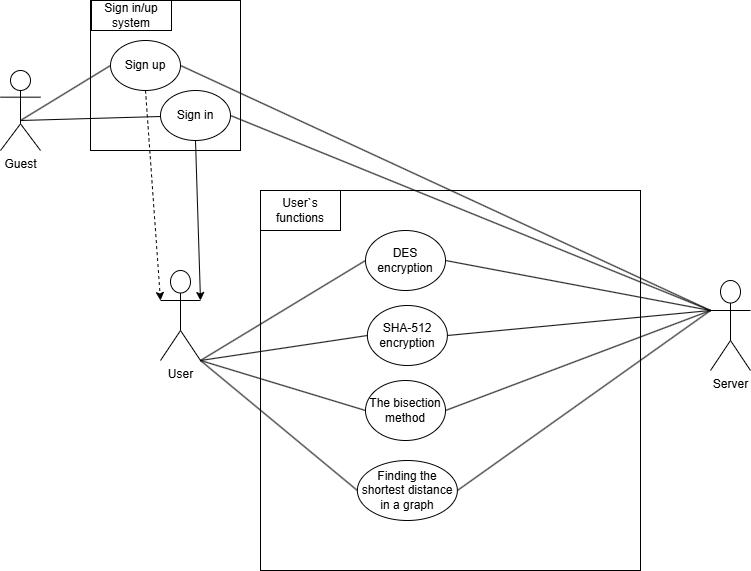
Earlier version of the draw.io export UseCase.png (DevSecArs/DBManager). Source tidied: cells renumbered, new cells last; positions are measured from the earlier drawing's top-left corner, leaving out a move shared by most shapes. The source it was exported from:
```xml
<mxGraphModel>
  <root>
    <mxCell id="0" />
    <mxCell id="1" parent="0" />
    <mxCell id="2" value="Guest&lt;div&gt;&lt;br&gt;&lt;/div&gt;" style="shape=umlActor;verticalLabelPosition=bottom;verticalAlign=top;html=1;" parent="1" vertex="1">
      <mxGeometry y="70" width="40" height="80" as="geometry" />
    </mxCell>
    <mxCell id="3" style="whiteSpace=wrap;html=1;fillColor=none;" parent="1" vertex="1">
      <mxGeometry x="90" width="150" height="150" as="geometry" />
    </mxCell>
    <mxCell id="4" value="Sign in/up sy&lt;span style=&quot;background-color: transparent; color: light-dark(rgb(0, 0, 0), rgb(255, 255, 255));&quot;&gt;stem&lt;/span&gt;" style="rounded=0;whiteSpace=wrap;html=1;fillColor=default;" parent="1" vertex="1">
      <mxGeometry x="91" width="80" height="30" as="geometry" />
    </mxCell>
    <mxCell id="5" style="edgeStyle=orthogonalEdgeStyle;rounded=0;jettySize=auto;html=1;exitX=0.5;exitY=1;exitDx=0;exitDy=0;strokeColor=none;entryX=0;entryY=0.3333333333333333;entryDx=0;entryDy=0;entryPerimeter=0;" parent="1" edge="1" source="7" target="18">
      <mxGeometry relative="1" as="geometry" />
    </mxCell>
    <mxCell id="6" style="rounded=0;jettySize=auto;html=1;exitX=0.5;exitY=1;exitDx=0;exitDy=0;dashed=1;" parent="1" edge="1" source="7">
      <mxGeometry relative="1" as="geometry">
        <mxPoint x="160" y="300" as="targetPoint" />
      </mxGeometry>
    </mxCell>
    <mxCell id="7" value="Sign up" style="ellipse;whiteSpace=wrap;html=1;" parent="1" vertex="1">
      <mxGeometry x="110" y="40" width="70" height="50" as="geometry" />
    </mxCell>
    <mxCell id="8" style="rounded=0;jettySize=auto;html=1;exitX=0.5;exitY=1;exitDx=0;exitDy=0;" parent="1" edge="1" source="9">
      <mxGeometry relative="1" as="geometry">
        <mxPoint x="200" y="300" as="targetPoint" />
      </mxGeometry>
    </mxCell>
    <mxCell id="9" value="Sign in" style="ellipse;whiteSpace=wrap;html=1;" parent="1" vertex="1">
      <mxGeometry x="160" y="90" width="70" height="50" as="geometry" />
    </mxCell>
    <mxCell id="10" style="endArrow=none;html=1;rounded=0;entryX=0;entryY=0.5;entryDx=0;entryDy=0;" parent="1" edge="1" target="7">
      <mxGeometry relative="1" as="geometry">
        <mxPoint x="20" y="120" as="sourcePoint" />
      </mxGeometry>
    </mxCell>
    <mxCell id="11" style="endArrow=none;html=1;rounded=0;" parent="1" edge="1" target="9">
      <mxGeometry relative="1" as="geometry">
        <mxPoint x="20" y="120" as="sourcePoint" />
      </mxGeometry>
    </mxCell>
    <mxCell id="12" style="whiteSpace=wrap;html=1;fillColor=none;" parent="1" vertex="1">
      <mxGeometry x="260" y="190" width="380" height="380" as="geometry" />
    </mxCell>
    <mxCell id="13" value="User`s functions" style="rounded=0;whiteSpace=wrap;html=1;" parent="1" vertex="1">
      <mxGeometry x="260" y="190" width="80" height="40" as="geometry" />
    </mxCell>
    <mxCell id="14" value="DES encryption" style="ellipse;whiteSpace=wrap;html=1;" parent="1" vertex="1">
      <mxGeometry x="365" y="230" width="80" height="60" as="geometry" />
    </mxCell>
    <mxCell id="15" value="SHA-512 encryption" style="ellipse;whiteSpace=wrap;html=1;" parent="1" vertex="1">
      <mxGeometry x="366.9" y="305" width="80" height="60" as="geometry" />
    </mxCell>
    <mxCell id="16" value="The bisection method" style="ellipse;whiteSpace=wrap;html=1;" parent="1" vertex="1">
      <mxGeometry x="365" y="380" width="80" height="60" as="geometry" />
    </mxCell>
    <mxCell id="17" value="Finding the shortest distance in a graph" style="ellipse;whiteSpace=wrap;html=1;" parent="1" vertex="1">
      <mxGeometry x="356.9" y="460" width="100" height="60" as="geometry" />
    </mxCell>
    <mxCell id="18" value="User" style="shape=umlActor;verticalLabelPosition=bottom;verticalAlign=top;html=1;outlineConnect=0;" parent="1" vertex="1">
      <mxGeometry x="160" y="270" width="40" height="90" as="geometry" />
    </mxCell>
    <mxCell id="19" style="endArrow=none;html=1;rounded=0;entryX=0;entryY=0.5;entryDx=0;entryDy=0;" parent="1" edge="1" target="14">
      <mxGeometry relative="1" as="geometry">
        <mxPoint x="200" y="360" as="sourcePoint" />
      </mxGeometry>
    </mxCell>
    <mxCell id="20" style="endArrow=none;html=1;rounded=0;entryX=0;entryY=0.5;entryDx=0;entryDy=0;" parent="1" edge="1" target="15">
      <mxGeometry relative="1" as="geometry">
        <mxPoint x="200" y="360" as="sourcePoint" />
      </mxGeometry>
    </mxCell>
    <mxCell id="21" style="endArrow=none;html=1;rounded=0;entryX=0;entryY=0.5;entryDx=0;entryDy=0;exitX=1;exitY=1;exitDx=0;exitDy=0;exitPerimeter=0;" parent="1" edge="1" source="18" target="16">
      <mxGeometry relative="1" as="geometry" />
    </mxCell>
    <mxCell id="22" style="endArrow=none;html=1;rounded=0;entryX=0;entryY=0.5;entryDx=0;entryDy=0;" parent="1" edge="1" target="17">
      <mxGeometry relative="1" as="geometry">
        <mxPoint x="200" y="360" as="sourcePoint" />
      </mxGeometry>
    </mxCell>
    <mxCell id="23" value="Server&lt;div&gt;&lt;br&gt;&lt;/div&gt;" style="shape=umlActor;verticalLabelPosition=bottom;verticalAlign=top;html=1;outlineConnect=0;" parent="1" vertex="1">
      <mxGeometry x="710" y="280" width="40" height="90" as="geometry" />
    </mxCell>
    <mxCell id="24" style="endArrow=none;html=1;rounded=0;exitX=1;exitY=0.5;exitDx=0;exitDy=0;entryX=0;entryY=0.3333333333333333;entryDx=0;entryDy=0;entryPerimeter=0;" parent="1" edge="1" source="7" target="23">
      <mxGeometry relative="1" as="geometry" />
    </mxCell>
    <mxCell id="25" style="endArrow=none;html=1;rounded=0;exitX=1;exitY=0.5;exitDx=0;exitDy=0;entryX=0;entryY=0.3333333333333333;entryDx=0;entryDy=0;entryPerimeter=0;" parent="1" edge="1" source="9" target="23">
      <mxGeometry relative="1" as="geometry" />
    </mxCell>
    <mxCell id="26" style="endArrow=none;html=1;rounded=0;entryX=1;entryY=0.5;entryDx=0;entryDy=0;exitX=1;exitY=0.5;exitDx=0;exitDy=0;" parent="1" edge="1" source="14" target="14">
      <mxGeometry relative="1" as="geometry" />
    </mxCell>
    <mxCell id="27" style="endArrow=none;html=1;rounded=0;exitX=1;exitY=0.5;exitDx=0;exitDy=0;entryX=0;entryY=0.3333333333333333;entryDx=0;entryDy=0;entryPerimeter=0;" parent="1" edge="1" source="14" target="23">
      <mxGeometry relative="1" as="geometry" />
    </mxCell>
    <mxCell id="28" style="endArrow=none;html=1;rounded=0;exitX=1;exitY=0.5;exitDx=0;exitDy=0;entryX=0;entryY=0.3333333333333333;entryDx=0;entryDy=0;entryPerimeter=0;" parent="1" edge="1" source="15" target="23">
      <mxGeometry relative="1" as="geometry" />
    </mxCell>
    <mxCell id="29" style="endArrow=none;html=1;rounded=0;entryX=0;entryY=0.3333333333333333;entryDx=0;entryDy=0;entryPerimeter=0;exitX=1;exitY=0.5;exitDx=0;exitDy=0;" parent="1" edge="1" source="16" target="23">
      <mxGeometry relative="1" as="geometry" />
    </mxCell>
    <mxCell id="30" style="endArrow=none;html=1;rounded=0;exitX=1;exitY=0.5;exitDx=0;exitDy=0;entryX=0;entryY=0.3333333333333333;entryDx=0;entryDy=0;entryPerimeter=0;" parent="1" edge="1" source="17" target="23">
      <mxGeometry relative="1" as="geometry" />
    </mxCell>
  </root>
</mxGraphModel>
```
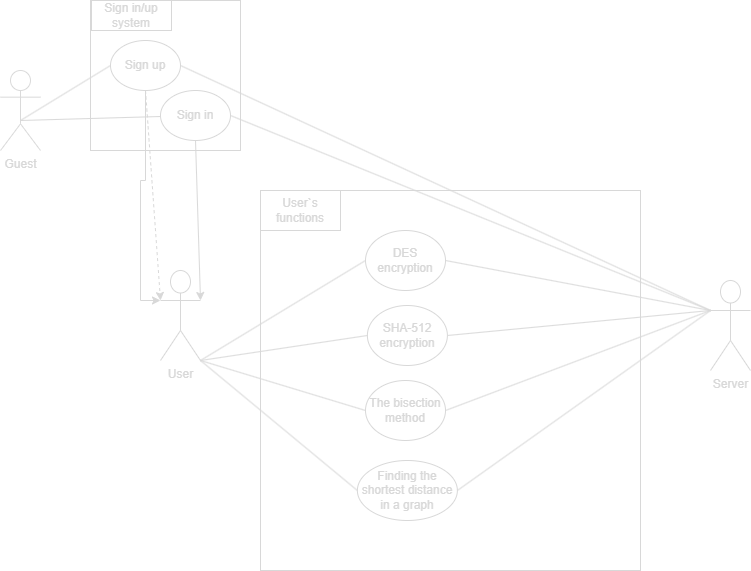
Later version of the same file.

What changed in the source:
```diff
@@ -2,105 +2,105 @@
   <root>
     <mxCell id="0" />
     <mxCell id="1" parent="0" />
-    <mxCell id="2" value="Guest&lt;div&gt;&lt;br&gt;&lt;/div&gt;" style="shape=umlActor;verticalLabelPosition=bottom;verticalAlign=top;html=1;" parent="1" vertex="1">
+    <mxCell id="2" value="Guest&lt;div&gt;&lt;br&gt;&lt;/div&gt;" style="shape=umlActor;verticalLabelPosition=bottom;verticalAlign=top;html=1;strokeColor=light-dark(#dadada, #ededed);fontColor=#D8D8D8;" parent="1" vertex="1">
       <mxGeometry y="70" width="40" height="80" as="geometry" />
     </mxCell>
-    <mxCell id="3" style="whiteSpace=wrap;html=1;fillColor=none;" parent="1" vertex="1">
+    <mxCell id="3" style="whiteSpace=wrap;html=1;fillColor=none;strokeColor=#D8D8D8;fontColor=#D8D8D8;" parent="1" vertex="1">
       <mxGeometry x="90" width="150" height="150" as="geometry" />
     </mxCell>
-    <mxCell id="4" value="Sign in/up sy&lt;span style=&quot;background-color: transparent; color: light-dark(rgb(0, 0, 0), rgb(255, 255, 255));&quot;&gt;stem&lt;/span&gt;" style="rounded=0;whiteSpace=wrap;html=1;fillColor=default;" parent="1" vertex="1">
+    <mxCell id="4" value="Sign in/up sy&lt;span style=&quot;background-color: transparent;&quot;&gt;stem&lt;/span&gt;" style="rounded=0;whiteSpace=wrap;html=1;fillColor=none;strokeColor=#D8D8D8;gradientColor=none;fontColor=#D8D8D8;" parent="1" vertex="1">
       <mxGeometry x="91" width="80" height="30" as="geometry" />
     </mxCell>
-    <mxCell id="5" style="edgeStyle=orthogonalEdgeStyle;rounded=0;jettySize=auto;html=1;exitX=0.5;exitY=1;exitDx=0;exitDy=0;strokeColor=none;entryX=0;entryY=0.3333333333333333;entryDx=0;entryDy=0;entryPerimeter=0;" parent="1" edge="1" source="7" target="18">
+    <mxCell id="5" style="edgeStyle=orthogonalEdgeStyle;rounded=0;jettySize=auto;html=1;exitX=0.5;exitY=1;exitDx=0;exitDy=0;strokeColor=#D8D8D8;entryX=0;entryY=0.3333333333333333;entryDx=0;entryDy=0;entryPerimeter=0;fontColor=#D8D8D8;" parent="1" edge="1" source="7" target="18">
       <mxGeometry relative="1" as="geometry" />
     </mxCell>
-    <mxCell id="6" style="rounded=0;jettySize=auto;html=1;exitX=0.5;exitY=1;exitDx=0;exitDy=0;dashed=1;" parent="1" edge="1" source="7">
+    <mxCell id="6" style="rounded=0;jettySize=auto;html=1;exitX=0.5;exitY=1;exitDx=0;exitDy=0;dashed=1;strokeColor=#D8D8D8;fontColor=#D8D8D8;" parent="1" edge="1" source="7">
       <mxGeometry relative="1" as="geometry">
         <mxPoint x="160" y="300" as="targetPoint" />
       </mxGeometry>
     </mxCell>
-    <mxCell id="7" value="Sign up" style="ellipse;whiteSpace=wrap;html=1;" parent="1" vertex="1">
+    <mxCell id="7" value="Sign up" style="ellipse;whiteSpace=wrap;html=1;strokeColor=#D8D8D8;fillColor=none;fontColor=#D8D8D8;" parent="1" vertex="1">
       <mxGeometry x="110" y="40" width="70" height="50" as="geometry" />
     </mxCell>
-    <mxCell id="8" style="rounded=0;jettySize=auto;html=1;exitX=0.5;exitY=1;exitDx=0;exitDy=0;" parent="1" edge="1" source="9">
+    <mxCell id="8" style="rounded=0;jettySize=auto;html=1;exitX=0.5;exitY=1;exitDx=0;exitDy=0;strokeColor=#D8D8D8;fontColor=#D8D8D8;" parent="1" edge="1" source="9">
       <mxGeometry relative="1" as="geometry">
         <mxPoint x="200" y="300" as="targetPoint" />
       </mxGeometry>
     </mxCell>
-    <mxCell id="9" value="Sign in" style="ellipse;whiteSpace=wrap;html=1;" parent="1" vertex="1">
+    <mxCell id="9" value="Sign in" style="ellipse;whiteSpace=wrap;html=1;strokeColor=#D8D8D8;fillColor=none;fontColor=#D8D8D8;" parent="1" vertex="1">
       <mxGeometry x="160" y="90" width="70" height="50" as="geometry" />
     </mxCell>
-    <mxCell id="10" style="endArrow=none;html=1;rounded=0;entryX=0;entryY=0.5;entryDx=0;entryDy=0;" parent="1" edge="1" target="7">
+    <mxCell id="10" style="endArrow=none;html=1;rounded=0;entryX=0;entryY=0.5;entryDx=0;entryDy=0;strokeColor=#D8D8D8;fontColor=#D8D8D8;" parent="1" edge="1" target="7">
       <mxGeometry relative="1" as="geometry">
         <mxPoint x="20" y="120" as="sourcePoint" />
       </mxGeometry>
     </mxCell>
-    <mxCell id="11" style="endArrow=none;html=1;rounded=0;" parent="1" edge="1" target="9">
+    <mxCell id="11" style="endArrow=none;html=1;rounded=0;strokeColor=#D8D8D8;fontColor=#D8D8D8;" parent="1" edge="1" target="9">
       <mxGeometry relative="1" as="geometry">
         <mxPoint x="20" y="120" as="sourcePoint" />
       </mxGeometry>
     </mxCell>
-    <mxCell id="12" style="whiteSpace=wrap;html=1;fillColor=none;" parent="1" vertex="1">
+    <mxCell id="12" style="whiteSpace=wrap;html=1;fillColor=none;strokeColor=#D8D8D8;fontColor=#D8D8D8;" parent="1" vertex="1">
       <mxGeometry x="260" y="190" width="380" height="380" as="geometry" />
     </mxCell>
-    <mxCell id="13" value="User`s functions" style="rounded=0;whiteSpace=wrap;html=1;" parent="1" vertex="1">
+    <mxCell id="13" value="User`s functions" style="rounded=0;whiteSpace=wrap;html=1;strokeColor=#D8D8D8;fillColor=none;fontColor=#D8D8D8;" parent="1" vertex="1">
       <mxGeometry x="260" y="190" width="80" height="40" as="geometry" />
     </mxCell>
-    <mxCell id="14" value="DES encryption" style="ellipse;whiteSpace=wrap;html=1;" parent="1" vertex="1">
+    <mxCell id="14" value="DES encryption" style="ellipse;whiteSpace=wrap;html=1;strokeColor=#D8D8D8;fillColor=none;fontColor=#D8D8D8;" parent="1" vertex="1">
       <mxGeometry x="365" y="230" width="80" height="60" as="geometry" />
     </mxCell>
-    <mxCell id="15" value="SHA-512 encryption" style="ellipse;whiteSpace=wrap;html=1;" parent="1" vertex="1">
+    <mxCell id="15" value="SHA-512 encryption" style="ellipse;whiteSpace=wrap;html=1;strokeColor=#D8D8D8;fillColor=none;fontColor=#D8D8D8;" parent="1" vertex="1">
       <mxGeometry x="366.9" y="305" width="80" height="60" as="geometry" />
     </mxCell>
-    <mxCell id="16" value="The bisection method" style="ellipse;whiteSpace=wrap;html=1;" parent="1" vertex="1">
+    <mxCell id="16" value="The bisection method" style="ellipse;whiteSpace=wrap;html=1;strokeColor=#D8D8D8;fillColor=none;fontColor=#D8D8D8;" parent="1" vertex="1">
       <mxGeometry x="365" y="380" width="80" height="60" as="geometry" />
     </mxCell>
-    <mxCell id="17" value="Finding the shortest distance in a graph" style="ellipse;whiteSpace=wrap;html=1;" parent="1" vertex="1">
+    <mxCell id="17" value="Finding the shortest distance in a graph" style="ellipse;whiteSpace=wrap;html=1;strokeColor=#D8D8D8;fillColor=none;fontColor=#D8D8D8;" parent="1" vertex="1">
       <mxGeometry x="356.9" y="460" width="100" height="60" as="geometry" />
     </mxCell>
-    <mxCell id="18" value="User" style="shape=umlActor;verticalLabelPosition=bottom;verticalAlign=top;html=1;outlineConnect=0;" parent="1" vertex="1">
+    <mxCell id="18" value="User" style="shape=umlActor;verticalLabelPosition=bottom;verticalAlign=top;html=1;outlineConnect=0;strokeColor=#D8D8D8;fontColor=#D8D8D8;" parent="1" vertex="1">
       <mxGeometry x="160" y="270" width="40" height="90" as="geometry" />
     </mxCell>
-    <mxCell id="19" style="endArrow=none;html=1;rounded=0;entryX=0;entryY=0.5;entryDx=0;entryDy=0;" parent="1" edge="1" target="14">
+    <mxCell id="19" style="endArrow=none;html=1;rounded=0;entryX=0;entryY=0.5;entryDx=0;entryDy=0;strokeColor=#D8D8D8;fontColor=#D8D8D8;" parent="1" edge="1" target="14">
       <mxGeometry relative="1" as="geometry">
         <mxPoint x="200" y="360" as="sourcePoint" />
       </mxGeometry>
     </mxCell>
-    <mxCell id="20" style="endArrow=none;html=1;rounded=0;entryX=0;entryY=0.5;entryDx=0;entryDy=0;" parent="1" edge="1" target="15">
+    <mxCell id="20" style="endArrow=none;html=1;rounded=0;entryX=0;entryY=0.5;entryDx=0;entryDy=0;strokeColor=#D8D8D8;fontColor=#D8D8D8;" parent="1" edge="1" target="15">
       <mxGeometry relative="1" as="geometry">
         <mxPoint x="200" y="360" as="sourcePoint" />
       </mxGeometry>
     </mxCell>
-    <mxCell id="21" style="endArrow=none;html=1;rounded=0;entryX=0;entryY=0.5;entryDx=0;entryDy=0;exitX=1;exitY=1;exitDx=0;exitDy=0;exitPerimeter=0;" parent="1" edge="1" source="18" target="16">
+    <mxCell id="21" style="endArrow=none;html=1;rounded=0;entryX=0;entryY=0.5;entryDx=0;entryDy=0;exitX=1;exitY=1;exitDx=0;exitDy=0;exitPerimeter=0;strokeColor=#D8D8D8;fontColor=#D8D8D8;" parent="1" edge="1" source="18" target="16">
       <mxGeometry relative="1" as="geometry" />
     </mxCell>
-    <mxCell id="22" style="endArrow=none;html=1;rounded=0;entryX=0;entryY=0.5;entryDx=0;entryDy=0;" parent="1" edge="1" target="17">
+    <mxCell id="22" style="endArrow=none;html=1;rounded=0;entryX=0;entryY=0.5;entryDx=0;entryDy=0;strokeColor=#D8D8D8;fontColor=#D8D8D8;" parent="1" edge="1" target="17">
       <mxGeometry relative="1" as="geometry">
         <mxPoint x="200" y="360" as="sourcePoint" />
       </mxGeometry>
     </mxCell>
-    <mxCell id="23" value="Server&lt;div&gt;&lt;br&gt;&lt;/div&gt;" style="shape=umlActor;verticalLabelPosition=bottom;verticalAlign=top;html=1;outlineConnect=0;" parent="1" vertex="1">
+    <mxCell id="23" value="Server&lt;div&gt;&lt;br&gt;&lt;/div&gt;" style="shape=umlActor;verticalLabelPosition=bottom;verticalAlign=top;html=1;outlineConnect=0;strokeColor=#D8D8D8;fontColor=#D8D8D8;" parent="1" vertex="1">
       <mxGeometry x="710" y="280" width="40" height="90" as="geometry" />
     </mxCell>
-    <mxCell id="24" style="endArrow=none;html=1;rounded=0;exitX=1;exitY=0.5;exitDx=0;exitDy=0;entryX=0;entryY=0.3333333333333333;entryDx=0;entryDy=0;entryPerimeter=0;" parent="1" edge="1" source="7" target="23">
+    <mxCell id="24" style="endArrow=none;html=1;rounded=0;exitX=1;exitY=0.5;exitDx=0;exitDy=0;entryX=0;entryY=0.3333333333333333;entryDx=0;entryDy=0;entryPerimeter=0;strokeColor=#D8D8D8;fontColor=#D8D8D8;" parent="1" edge="1" source="7" target="23">
       <mxGeometry relative="1" as="geometry" />
     </mxCell>
-    <mxCell id="25" style="endArrow=none;html=1;rounded=0;exitX=1;exitY=0.5;exitDx=0;exitDy=0;entryX=0;entryY=0.3333333333333333;entryDx=0;entryDy=0;entryPerimeter=0;" parent="1" edge="1" source="9" target="23">
+    <mxCell id="25" style="endArrow=none;html=1;rounded=0;exitX=1;exitY=0.5;exitDx=0;exitDy=0;entryX=0;entryY=0.3333333333333333;entryDx=0;entryDy=0;entryPerimeter=0;strokeColor=#D8D8D8;fontColor=#D8D8D8;" parent="1" edge="1" source="9" target="23">
       <mxGeometry relative="1" as="geometry" />
     </mxCell>
-    <mxCell id="26" style="endArrow=none;html=1;rounded=0;entryX=1;entryY=0.5;entryDx=0;entryDy=0;exitX=1;exitY=0.5;exitDx=0;exitDy=0;" parent="1" edge="1" source="14" target="14">
+    <mxCell id="26" style="endArrow=none;html=1;rounded=0;entryX=1;entryY=0.5;entryDx=0;entryDy=0;exitX=1;exitY=0.5;exitDx=0;exitDy=0;strokeColor=#D8D8D8;fontColor=#D8D8D8;" parent="1" edge="1" source="14" target="14">
       <mxGeometry relative="1" as="geometry" />
     </mxCell>
-    <mxCell id="27" style="endArrow=none;html=1;rounded=0;exitX=1;exitY=0.5;exitDx=0;exitDy=0;entryX=0;entryY=0.3333333333333333;entryDx=0;entryDy=0;entryPerimeter=0;" parent="1" edge="1" source="14" target="23">
+    <mxCell id="27" style="endArrow=none;html=1;rounded=0;exitX=1;exitY=0.5;exitDx=0;exitDy=0;entryX=0;entryY=0.3333333333333333;entryDx=0;entryDy=0;entryPerimeter=0;strokeColor=#D8D8D8;fontColor=#D8D8D8;" parent="1" edge="1" source="14" target="23">
       <mxGeometry relative="1" as="geometry" />
     </mxCell>
-    <mxCell id="28" style="endArrow=none;html=1;rounded=0;exitX=1;exitY=0.5;exitDx=0;exitDy=0;entryX=0;entryY=0.3333333333333333;entryDx=0;entryDy=0;entryPerimeter=0;" parent="1" edge="1" source="15" target="23">
+    <mxCell id="28" style="endArrow=none;html=1;rounded=0;exitX=1;exitY=0.5;exitDx=0;exitDy=0;entryX=0;entryY=0.3333333333333333;entryDx=0;entryDy=0;entryPerimeter=0;strokeColor=#D8D8D8;fontColor=#D8D8D8;" parent="1" edge="1" source="15" target="23">
       <mxGeometry relative="1" as="geometry" />
     </mxCell>
-    <mxCell id="29" style="endArrow=none;html=1;rounded=0;entryX=0;entryY=0.3333333333333333;entryDx=0;entryDy=0;entryPerimeter=0;exitX=1;exitY=0.5;exitDx=0;exitDy=0;" parent="1" edge="1" source="16" target="23">
+    <mxCell id="29" style="endArrow=none;html=1;rounded=0;entryX=0;entryY=0.3333333333333333;entryDx=0;entryDy=0;entryPerimeter=0;exitX=1;exitY=0.5;exitDx=0;exitDy=0;strokeColor=#D8D8D8;fontColor=#D8D8D8;" parent="1" edge="1" source="16" target="23">
       <mxGeometry relative="1" as="geometry" />
     </mxCell>
-    <mxCell id="30" style="endArrow=none;html=1;rounded=0;exitX=1;exitY=0.5;exitDx=0;exitDy=0;entryX=0;entryY=0.3333333333333333;entryDx=0;entryDy=0;entryPerimeter=0;" parent="1" edge="1" source="17" target="23">
+    <mxCell id="30" style="endArrow=none;html=1;rounded=0;exitX=1;exitY=0.5;exitDx=0;exitDy=0;entryX=0;entryY=0.3333333333333333;entryDx=0;entryDy=0;entryPerimeter=0;strokeColor=#D8D8D8;fontColor=#D8D8D8;" parent="1" edge="1" source="17" target="23">
       <mxGeometry relative="1" as="geometry" />
     </mxCell>
   </root>
```
